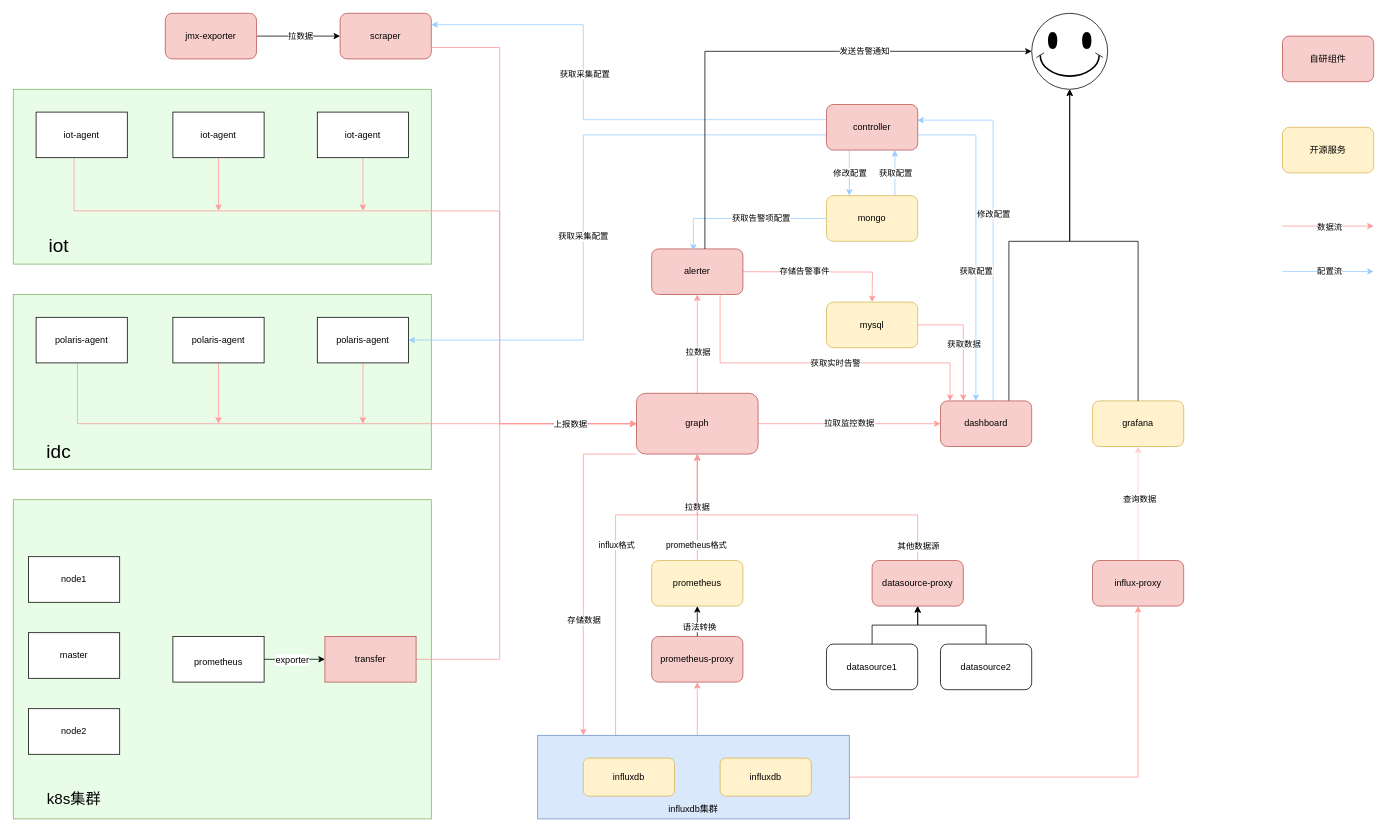
Earlier version of the draw.io diagram polaris框架.drawio (wupei-w/diagrams). Source tidied: cells renumbered, new cells numbered last; positions are measured from the earlier drawing's top-left corner, leaving out a move shared by most shapes. Both pictures are drawn from the tidied source at 76%, with x=0, y=0 at pixel (13, 13).
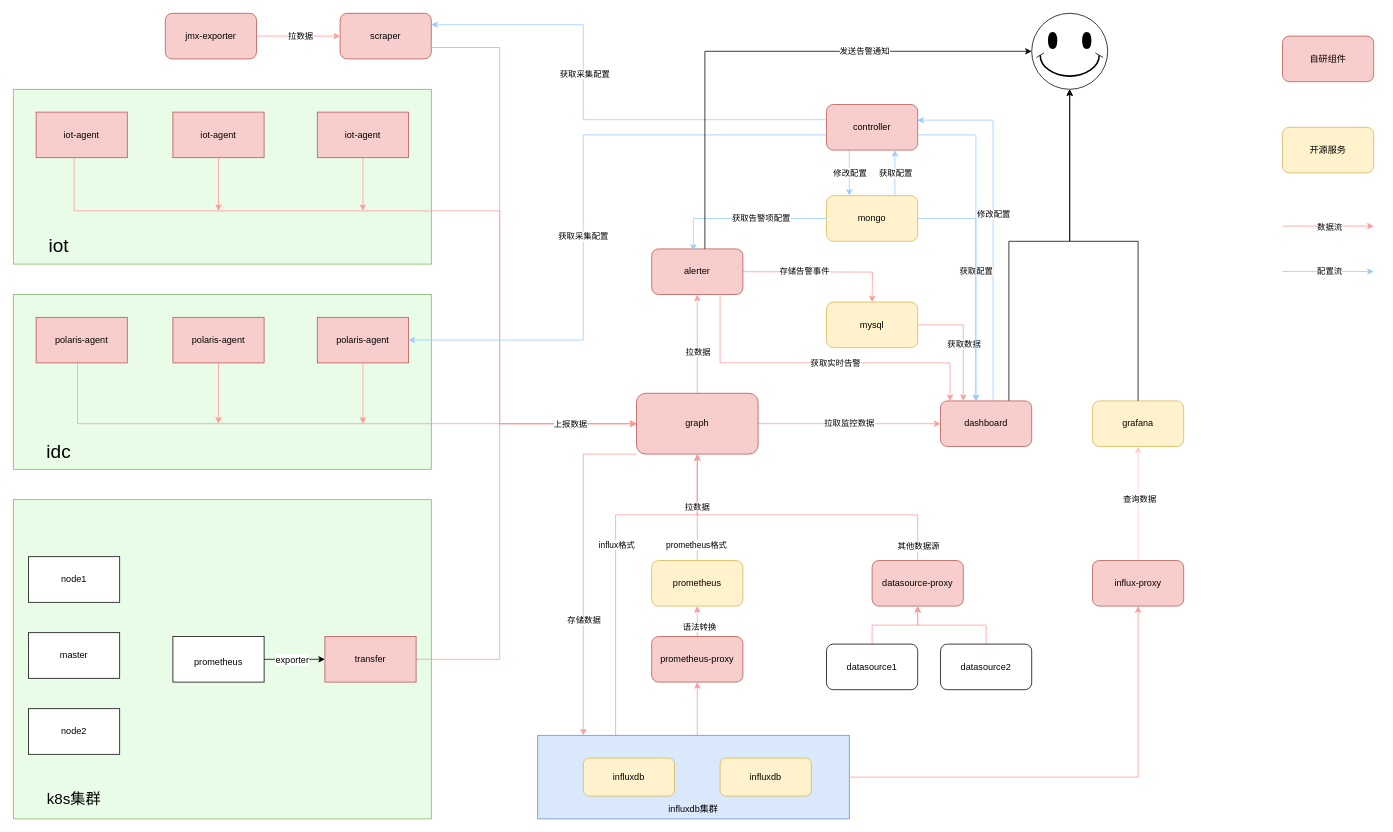
The same diagram, later.

Unchanged cells that the change refers to:
```xml
<mxCell id="10" value="dashboard" style="rounded=1;whiteSpace=wrap;html=1;fillColor=#f8cecc;strokeColor=#b85450;" parent="1" vertex="1">
  <mxGeometry x="1220" y="510" width="120" height="60" as="geometry" />
</mxCell>
<mxCell id="23" value="prometheus" style="rounded=1;whiteSpace=wrap;html=1;fillColor=#fff2cc;strokeColor=#d6b656;" parent="1" vertex="1">
  <mxGeometry x="840" y="720" width="120" height="60" as="geometry" />
</mxCell>
<mxCell id="26" value="prometheus-proxy" style="rounded=1;whiteSpace=wrap;html=1;fillColor=#f8cecc;strokeColor=#b85450;" parent="1" vertex="1">
  <mxGeometry x="840" y="820" width="120" height="60" as="geometry" />
</mxCell>
<mxCell id="29" value="datasource-proxy" style="rounded=1;whiteSpace=wrap;html=1;fillColor=#f8cecc;strokeColor=#b85450;" parent="1" vertex="1">
  <mxGeometry x="1130" y="720" width="120" height="60" as="geometry" />
</mxCell>
<mxCell id="31" value="datasource1" style="rounded=1;whiteSpace=wrap;html=1;" parent="1" vertex="1">
  <mxGeometry x="1070" y="830" width="120" height="60" as="geometry" />
</mxCell>
<mxCell id="33" value="datasource2" style="rounded=1;whiteSpace=wrap;html=1;" parent="1" vertex="1">
  <mxGeometry x="1220" y="830" width="120" height="60" as="geometry" />
</mxCell>
<mxCell id="41" value="scraper" style="rounded=1;whiteSpace=wrap;html=1;fillColor=#f8cecc;strokeColor=#b85450;" parent="1" vertex="1">
  <mxGeometry x="430" width="120" height="60" as="geometry" />
</mxCell>
<mxCell id="44" value="jmx-exporter" style="rounded=1;whiteSpace=wrap;html=1;fillColor=#f8cecc;strokeColor=#b85450;" parent="1" vertex="1">
  <mxGeometry x="200" width="120" height="60" as="geometry" />
</mxCell>
<mxCell id="60" value="mongo" style="rounded=1;whiteSpace=wrap;html=1;fillColor=#fff2cc;strokeColor=#d6b656;" parent="1" vertex="1">
  <mxGeometry x="1070" y="240" width="120" height="60" as="geometry" />
</mxCell>
```

Diff of the diagram source:
```diff
@@
-    <mxCell id="24" style="edgeStyle=orthogonalEdgeStyle;rounded=0;jettySize=auto;html=1;" parent="1" edge="1" source="26" target="23">
+    <mxCell id="24" style="edgeStyle=orthogonalEdgeStyle;rounded=0;jettySize=auto;html=1;fillColor=#f8cecc;strokeColor=#FF9999;" parent="1" edge="1" source="26" target="23">
       <mxGeometry relative="1" as="geometry" />
     </mxCell>
@@
-    <mxCell id="30" style="edgeStyle=orthogonalEdgeStyle;rounded=0;jettySize=auto;html=1;entryX=0.5;entryY=1;entryDx=0;entryDy=0;" parent="1" edge="1" source="31" target="29">
+    <mxCell id="30" style="edgeStyle=orthogonalEdgeStyle;rounded=0;jettySize=auto;html=1;entryX=0.5;entryY=1;entryDx=0;entryDy=0;fillColor=#f8cecc;strokeColor=#FF9999;" parent="1" edge="1" source="31" target="29">
       <mxGeometry relative="1" as="geometry" />
     </mxCell>
@@
-    <mxCell id="32" style="edgeStyle=orthogonalEdgeStyle;rounded=0;jettySize=auto;html=1;" parent="1" edge="1" source="33" target="29">
+    <mxCell id="32" style="edgeStyle=orthogonalEdgeStyle;rounded=0;jettySize=auto;html=1;fillColor=#f8cecc;strokeColor=#FF9999;" parent="1" edge="1" source="33" target="29">
       <mxGeometry relative="1" as="geometry" />
     </mxCell>
@@
-    <mxCell id="42" style="edgeStyle=orthogonalEdgeStyle;rounded=0;jettySize=auto;html=1;" parent="1" edge="1" source="44" target="41">
+    <mxCell id="42" style="edgeStyle=orthogonalEdgeStyle;rounded=0;jettySize=auto;html=1;strokeColor=#FF9999;" parent="1" edge="1" source="44" target="41">
       <mxGeometry relative="1" as="geometry" />
     </mxCell>
@@
-    <mxCell id="64" value="polaris-agent" style="rounded=0;whiteSpace=wrap;html=1;" parent="1" vertex="1">
+    <mxCell id="64" value="polaris-agent" style="rounded=0;whiteSpace=wrap;html=1;fillColor=#f8cecc;strokeColor=#b85450;" parent="1" vertex="1">
       <mxGeometry x="30" y="400" width="120" height="60" as="geometry" />
     </mxCell>
@@
-    <mxCell id="66" value="polaris-agent" style="rounded=0;whiteSpace=wrap;html=1;" parent="1" vertex="1">
+    <mxCell id="66" value="polaris-agent" style="rounded=0;whiteSpace=wrap;html=1;fillColor=#f8cecc;strokeColor=#b85450;" parent="1" vertex="1">
       <mxGeometry x="210" y="400" width="120" height="60" as="geometry" />
     </mxCell>
@@
-    <mxCell id="68" value="polaris-agent" style="rounded=0;whiteSpace=wrap;html=1;" parent="1" vertex="1">
+    <mxCell id="68" value="polaris-agent" style="rounded=0;whiteSpace=wrap;html=1;fillColor=#f8cecc;strokeColor=#b85450;" parent="1" vertex="1">
       <mxGeometry x="400" y="400" width="120" height="60" as="geometry" />
     </mxCell>
@@
-    <mxCell id="73" value="iot-agent" style="rounded=0;whiteSpace=wrap;html=1;" parent="1" vertex="1">
+    <mxCell id="73" value="iot-agent" style="rounded=0;whiteSpace=wrap;html=1;fillColor=#f8cecc;strokeColor=#b85450;" parent="1" vertex="1">
       <mxGeometry x="30" y="130" width="120" height="60" as="geometry" />
     </mxCell>
@@
-    <mxCell id="75" value="iot-agent" style="rounded=0;whiteSpace=wrap;html=1;" parent="1" vertex="1">
+    <mxCell id="75" value="iot-agent" style="rounded=0;whiteSpace=wrap;html=1;fillColor=#f8cecc;strokeColor=#b85450;" parent="1" vertex="1">
       <mxGeometry x="210" y="130" width="120" height="60" as="geometry" />
     </mxCell>
@@
-    <mxCell id="77" value="iot-agent" style="rounded=0;whiteSpace=wrap;html=1;" parent="1" vertex="1">
+    <mxCell id="77" value="iot-agent" style="rounded=0;whiteSpace=wrap;html=1;fillColor=#f8cecc;strokeColor=#b85450;" parent="1" vertex="1">
       <mxGeometry x="400" y="130" width="120" height="60" as="geometry" />
     </mxCell>
@@
+    <mxCell id="102" style="edgeStyle=orthogonalEdgeStyle;rounded=0;jettySize=auto;html=1;entryX=0.387;entryY=0.014;entryDx=0;entryDy=0;entryPerimeter=0;strokeColor=#99CCFF;" parent="1" edge="1" source="60" target="10">
+      <mxGeometry relative="1" as="geometry" />
+    </mxCell>
```
